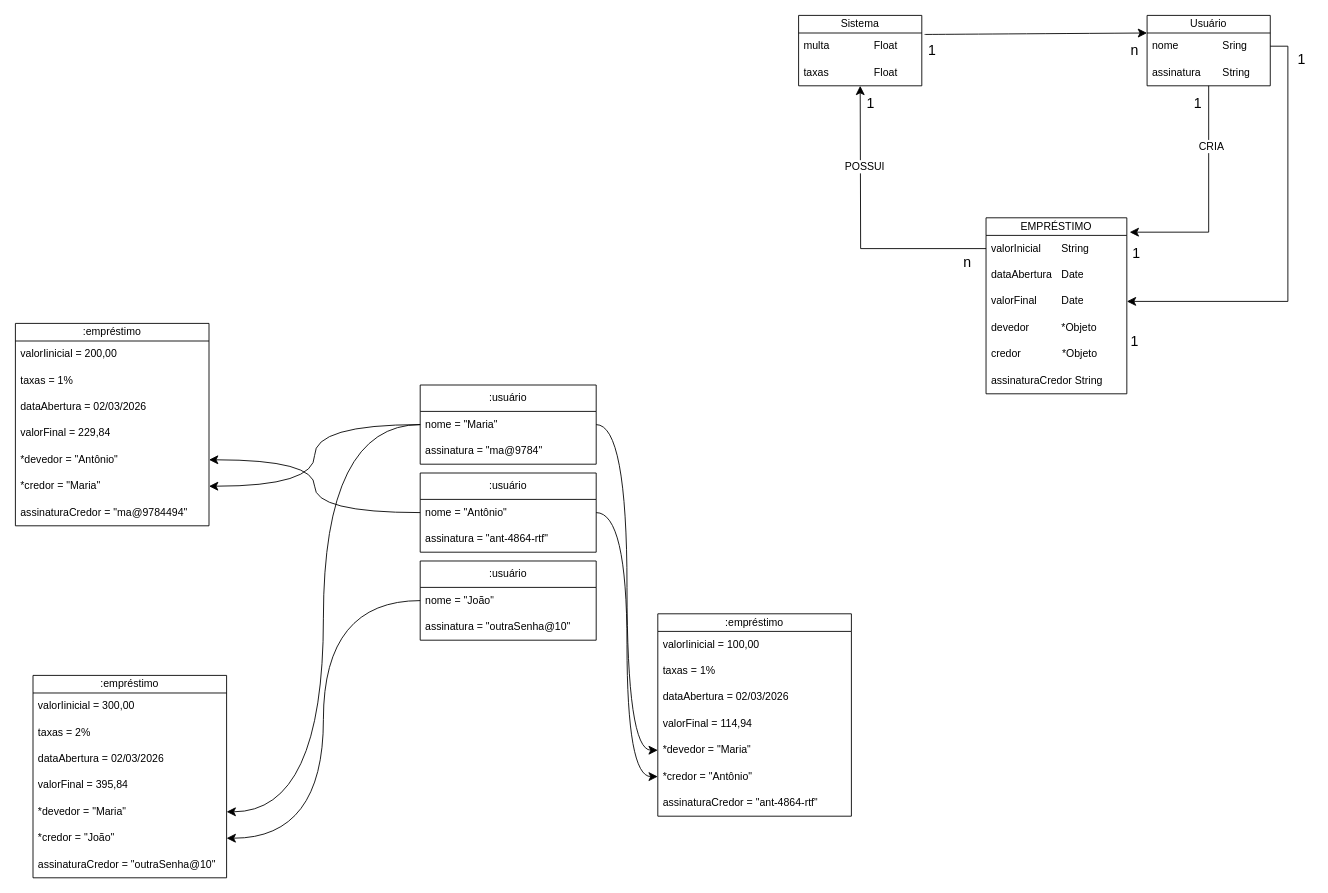
This is page "modeloConceitual" (1 of 5) of Engenharia de Software.drawio from yuriSantos70/eng-software, a draw.io file, before an edit. Source tidied: cells renumbered, new cells numbered last; positions are measured from the earlier drawing's top-left corner, leaving out a move shared by most shapes. Both pictures are drawn from the tidied source at 88%, with x=0, y=0 at pixel (15, 15).
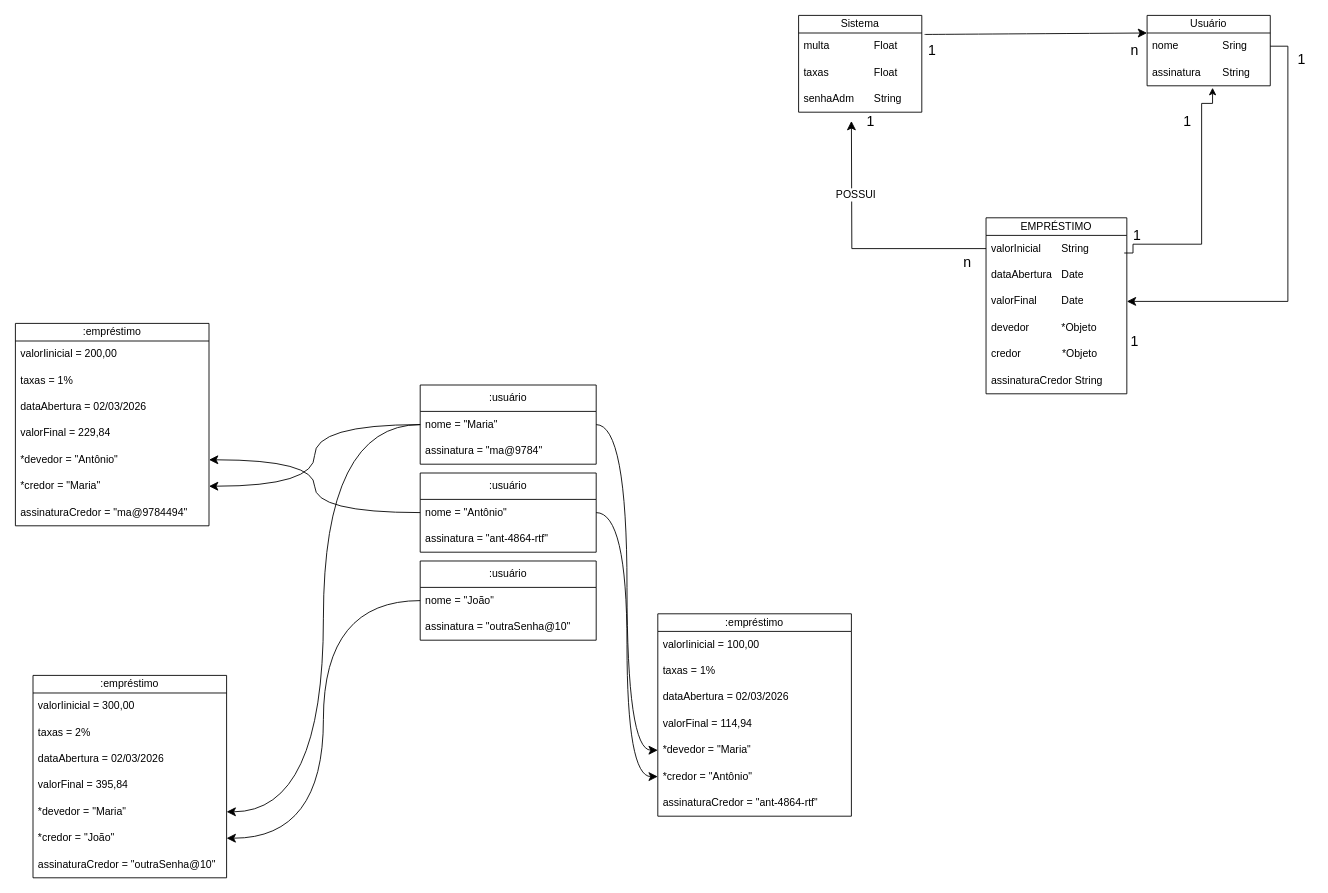
After the change.

The change refers to these unchanged cells:
```xml
<mxCell id="3" value="valorInicial &lt;span style=&quot;white-space: pre;&quot;&gt;&#9;&lt;/span&gt;String" style="text;strokeColor=none;fillColor=none;align=left;verticalAlign=middle;spacingLeft=4;spacingRight=4;overflow=hidden;points=[[0,0.5],[1,0.5]];portConstraint=eastwest;whiteSpace=wrap;html=1;" parent="2" vertex="1">
  <mxGeometry y="20" width="160" height="30" as="geometry" />
</mxCell>
<mxCell id="11" value="Usuário" style="swimlane;fontStyle=0;horizontal=1;startSize=20;whiteSpace=wrap;html=1;" parent="1" vertex="1">
  <mxGeometry x="1286" width="140" height="80" as="geometry" />
</mxCell>
```

What changed in the source:
```diff
@@
-    <mxCell id="9" style="edgeStyle=orthogonalEdgeStyle;rounded=0;jettySize=auto;html=1;entryX=1.02;entryY=-0.122;entryDx=0;entryDy=0;fontSize=12;startSize=8;endSize=8;entryPerimeter=0;" parent="1" edge="1" source="11" target="3">
-      <mxGeometry relative="1" as="geometry" />
-    </mxCell>
-    <mxCell id="10" value="CRIA" style="edgeLabel;html=1;align=center;verticalAlign=middle;fontSize=12;" parent="9" vertex="1">
-      <mxGeometry x="-0.47" y="2" relative="1" as="geometry" />
-    </mxCell>
@@
     <mxCell id="14" value="1" style="text;html=1;whiteSpace=wrap;strokeColor=none;fillColor=none;align=center;verticalAlign=middle;rounded=0;fontSize=16;" parent="1" vertex="1">
-      <mxGeometry x="1332" y="90" width="24" height="20" as="geometry" />
+      <mxGeometry x="1320" y="110" width="24" height="20" as="geometry" />
     </mxCell>
     <mxCell id="15" value="1" style="text;html=1;whiteSpace=wrap;strokeColor=none;fillColor=none;align=center;verticalAlign=middle;rounded=0;fontSize=16;" parent="1" vertex="1">
-      <mxGeometry x="1262" y="260" width="24" height="20" as="geometry" />
+      <mxGeometry x="1263" y="240" width="24" height="20" as="geometry" />
     </mxCell>
@@
     <mxCell id="57" value="Sistema" style="swimlane;fontStyle=0;horizontal=1;startSize=20;whiteSpace=wrap;html=1;" parent="1" vertex="1">
-      <mxGeometry x="890" width="140" height="80" as="geometry" />
+      <mxGeometry x="890" width="140" height="110" as="geometry" />
     </mxCell>
@@
+    <mxCell id="69" value="senhaAdm&lt;span style=&quot;white-space: pre;&quot;&gt;&#9;&lt;/span&gt;String" style="text;strokeColor=none;fillColor=none;align=left;verticalAlign=middle;spacingLeft=4;spacingRight=4;overflow=hidden;whiteSpace=wrap;html=1;" parent="57" vertex="1">
+      <mxGeometry y="80" width="140" height="30" as="geometry" />
+    </mxCell>
@@
-    <mxCell id="62" style="edgeStyle=orthogonalEdgeStyle;rounded=0;jettySize=auto;html=1;entryX=0.393;entryY=0.937;entryDx=0;entryDy=0;entryPerimeter=0;fontSize=12;startSize=8;endSize=8;exitX=0;exitY=0.5;exitDx=0;exitDy=0;" parent="1" edge="1" source="3">
+    <mxCell id="62" style="edgeStyle=orthogonalEdgeStyle;rounded=0;jettySize=auto;html=1;fontSize=12;startSize=8;endSize=8;exitX=0;exitY=0.5;exitDx=0;exitDy=0;" parent="1" edge="1" source="3">
       <mxGeometry relative="1" as="geometry">
-        <mxPoint x="960" y="80" as="targetPoint" />
+        <mxPoint x="950" y="120" as="targetPoint" />
       </mxGeometry>
     </mxCell>
@@
     <mxCell id="64" value="1" style="text;html=1;whiteSpace=wrap;strokeColor=none;fillColor=none;align=center;verticalAlign=middle;rounded=0;fontSize=16;" parent="1" vertex="1">
-      <mxGeometry x="960" y="90" width="24" height="20" as="geometry" />
+      <mxGeometry x="960" y="110" width="24" height="20" as="geometry" />
     </mxCell>
@@
+    <mxCell id="70" style="edgeStyle=orthogonalEdgeStyle;rounded=0;orthogonalLoop=1;jettySize=auto;html=1;exitX=0;exitY=0.5;exitDx=0;exitDy=0;entryX=0.546;entryY=1.075;entryDx=0;entryDy=0;entryPerimeter=0;" parent="1" edge="1">
+      <mxGeometry relative="1" as="geometry">
+        <mxPoint x="1260" y="270" as="sourcePoint" />
+        <mxPoint x="1360.4" y="82.2" as="targetPoint" />
+        <Array as="points">
+          <mxPoint x="1270" y="270" />
+          <mxPoint x="1270" y="260" />
+          <mxPoint x="1348" y="260" />
+          <mxPoint x="1348" y="100" />
+          <mxPoint x="1360" y="100" />
+        </Array>
+      </mxGeometry>
+    </mxCell>
```
